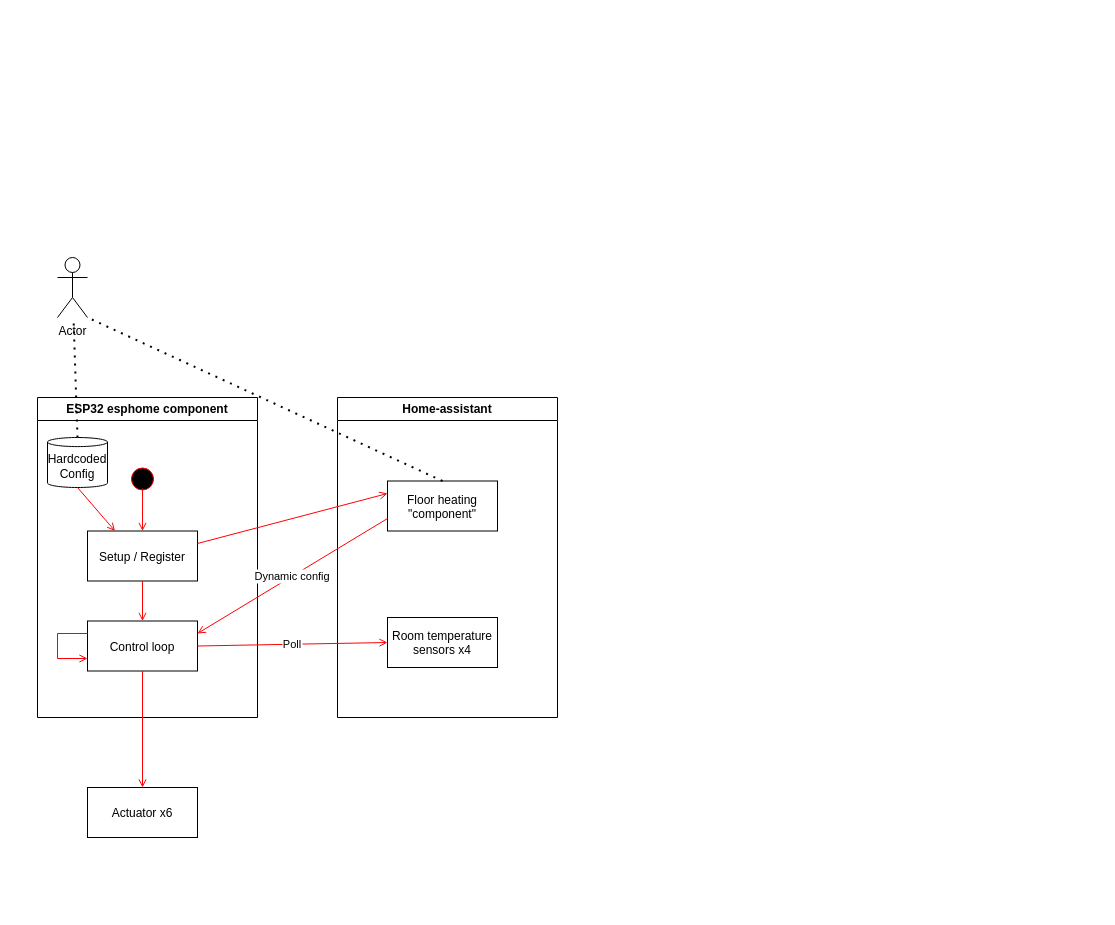
Above: home-heating-system.drawio in tneish/home-heating-system (draw.io), before the change. Source tidied: cells renumbered, new cells numbered last; positions are measured from the earlier drawing's top-left corner, leaving out a move shared by most shapes. Both pictures are drawn from the tidied source at 100%, with x=0, y=0 at pixel (37, 257).
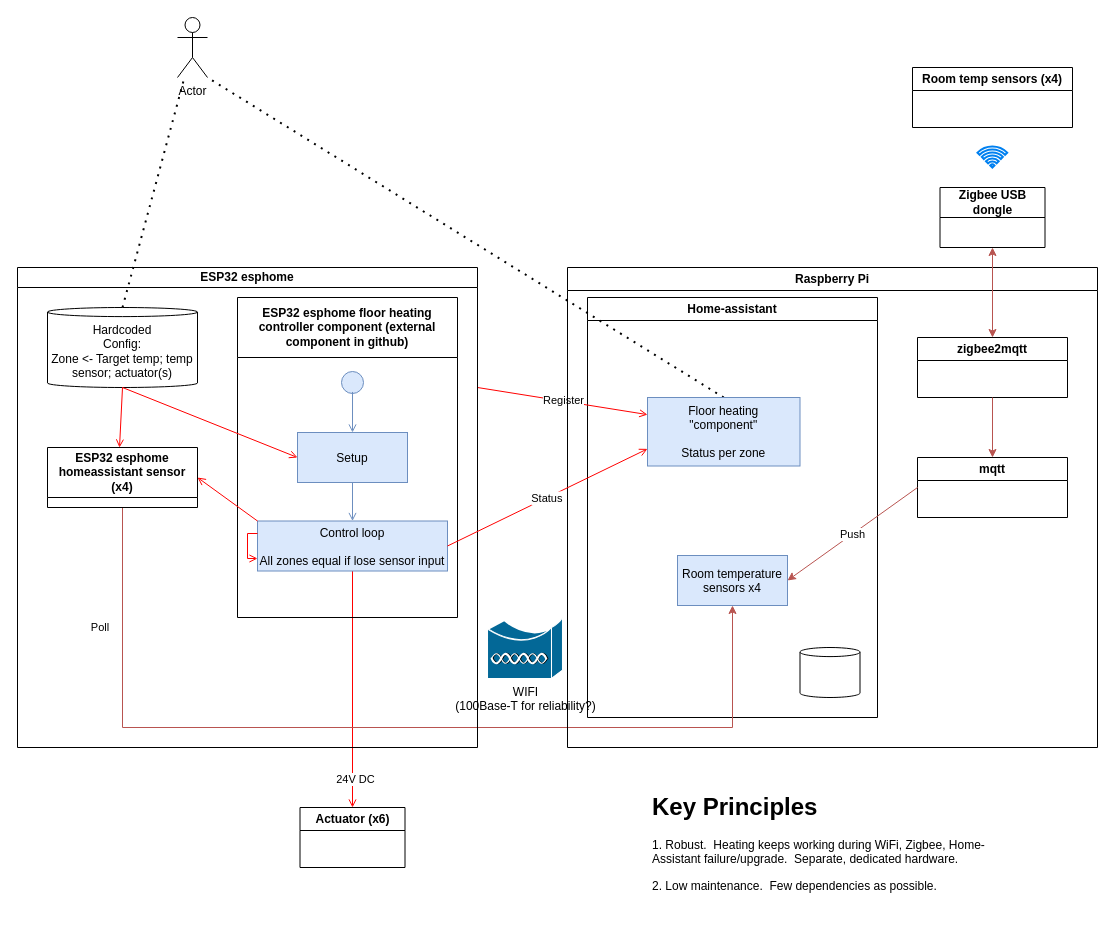
Above is the later version.

Change to the diagram source:
```diff
@@
+    <mxCell id="12" style="endArrow=open;strokeColor=#FF0000;endFill=1;rounded=0;exitX=0.5;exitY=1;exitDx=0;exitDy=0;entryX=0.5;entryY=0;entryDx=0;entryDy=0;" parent="1" edge="1" source="6" target="34">
+      <mxGeometry relative="1" as="geometry" />
+    </mxCell>
+    <mxCell id="22" value="24V DC" style="edgeLabel;html=1;align=center;verticalAlign=middle;" parent="12" vertex="1">
+      <mxGeometry x="0.76" y="2" relative="1" as="geometry" />
+    </mxCell>
+    <mxCell id="13" value="Home-assistant" style="swimlane;whiteSpace=wrap;" parent="1" vertex="1">
+      <mxGeometry x="550" y="40" width="290" height="420" as="geometry" />
+    </mxCell>
+    <mxCell id="16" value="Poll" style="endArrow=classic;strokeColor=#b85450;endFill=1;rounded=0;entryX=0.5;entryY=1;entryDx=0;entryDy=0;edgeStyle=orthogonalEdgeStyle;fillColor=#f8cecc;exitX=0.5;exitY=1;exitDx=0;exitDy=0;" parent="1" edge="1" source="25" target="15">
+      <mxGeometry x="-0.75" y="-22" relative="1" as="geometry">
+        <Array as="points">
+          <mxPoint x="85" y="470" />
+          <mxPoint x="695" y="470" />
+        </Array>
+      </mxGeometry>
+    </mxCell>
+    <mxCell id="17" style="endArrow=open;strokeColor=#FF0000;endFill=1;rounded=0;exitX=1;exitY=0.25;exitDx=0;exitDy=0;entryX=0;entryY=0.25;entryDx=0;entryDy=0;" parent="1" edge="1" source="24" target="14">
+      <mxGeometry relative="1" as="geometry" />
+    </mxCell>
+    <mxCell id="23" value="Register" style="edgeLabel;html=1;align=center;verticalAlign=middle;" parent="17" vertex="1">
+      <mxGeometry y="1" relative="1" as="geometry" />
+    </mxCell>
+    <mxCell id="19" value="Actor" style="shape=umlActor;verticalLabelPosition=bottom;verticalAlign=top;html=1;outlineConnect=0;" parent="1" vertex="1">
+      <mxGeometry x="140" y="-240" width="30" height="60" as="geometry" />
+    </mxCell>
+    <mxCell id="21" style="endArrow=none;dashed=1;html=1;dashPattern=1 3;strokeWidth=2;rounded=0;exitX=0.5;exitY=0;exitDx=0;exitDy=0;entryX=1;entryY=1;entryDx=0;entryDy=0;entryPerimeter=0;" parent="1" edge="1" source="14" target="19">
+      <mxGeometry relative="1" as="geometry" />
+    </mxCell>
+    <mxCell id="24" value="ESP32 esphome" style="swimlane;whiteSpace=wrap;startSize=20;" parent="1" vertex="1">
+      <mxGeometry x="-20" y="10" width="460" height="480" as="geometry" />
+    </mxCell>
-    <mxCell id="2" value="ESP32 esphome component" style="swimlane;whiteSpace=wrap;" parent="1" vertex="1">
-      <mxGeometry y="140" width="220" height="320" as="geometry" />
+    <mxCell id="2" value="ESP32 esphome floor heating controller component (external component in github)" style="swimlane;whiteSpace=wrap;startSize=60;" parent="24" vertex="1">
+      <mxGeometry x="220" y="30" width="220" height="320" as="geometry" />
     </mxCell>
-    <mxCell id="3" style="ellipse;shape=startState;fillColor=#000000;strokeColor=#ff0000;" parent="2" vertex="1">
-      <mxGeometry x="90" y="66.5" width="30" height="30" as="geometry" />
+    <mxCell id="3" style="ellipse;shape=startState;fillColor=#dae8fc;strokeColor=#6c8ebf;" parent="2" vertex="1">
+      <mxGeometry x="100" y="70" width="30" height="30" as="geometry" />
     </mxCell>
-    <mxCell id="4" value="Setup / Register" parent="2" vertex="1">
-      <mxGeometry x="50" y="133.5" width="110" height="50" as="geometry" />
+    <mxCell id="4" value="Setup" style="fillColor=#dae8fc;strokeColor=#6c8ebf;" parent="2" vertex="1">
+      <mxGeometry x="60" y="135" width="110" height="50" as="geometry" />
     </mxCell>
-    <mxCell id="5" style="endArrow=open;strokeColor=#FF0000;endFill=1;rounded=0;exitX=0.501;exitY=0.815;exitDx=0;exitDy=0;exitPerimeter=0;" parent="2" edge="1" source="3" target="4">
+    <mxCell id="5" style="endArrow=open;strokeColor=#6c8ebf;endFill=1;rounded=0;exitX=0.501;exitY=0.815;exitDx=0;exitDy=0;exitPerimeter=0;fillColor=#dae8fc;" parent="2" edge="1" source="3" target="4">
       <mxGeometry relative="1" as="geometry" />
     </mxCell>
-    <mxCell id="6" value="Control loop" parent="2" vertex="1">
-      <mxGeometry x="50" y="223.5" width="110" height="50" as="geometry" />
+    <mxCell id="6" value="Control loop&#10;&#10;All zones equal if lose sensor input" style="fillColor=#dae8fc;strokeColor=#6c8ebf;" parent="2" vertex="1">
+      <mxGeometry x="20" y="223.5" width="190" height="50" as="geometry" />
     </mxCell>
-    <mxCell id="7" style="endArrow=open;strokeColor=#FF0000;endFill=1;rounded=0;" parent="2" edge="1" source="4" target="6">
+    <mxCell id="7" style="endArrow=open;strokeColor=#6c8ebf;endFill=1;rounded=0;fillColor=#dae8fc;" parent="2" edge="1" source="4" target="6">
       <mxGeometry relative="1" as="geometry" />
     </mxCell>
     <mxCell id="8" style="edgeStyle=elbowEdgeStyle;elbow=horizontal;strokeColor=#FF0000;endArrow=open;endFill=1;rounded=0;entryX=0;entryY=0.75;entryDx=0;entryDy=0;exitX=0;exitY=0.25;exitDx=0;exitDy=0;" parent="2" edge="1" source="6" target="6">
       <mxGeometry relative="1" as="geometry">
         <Array as="points">
-          <mxPoint x="20" y="273.5" />
+          <mxPoint x="10" y="249" />
           <mxPoint x="40" y="263.5" />
         </Array>
       </mxGeometry>
     </mxCell>
+    <mxCell id="25" value="ESP32 esphome homeassistant sensor (x4)" style="swimlane;whiteSpace=wrap;startSize=50;" parent="24" vertex="1">
+      <mxGeometry x="30" y="180" width="150" height="60" as="geometry" />
+    </mxCell>
+    <mxCell id="26" style="endArrow=open;strokeColor=#FF0000;endFill=1;rounded=0;exitX=0;exitY=0;exitDx=0;exitDy=0;entryX=1;entryY=0.5;entryDx=0;entryDy=0;" parent="24" edge="1" source="6" target="25">
+      <mxGeometry relative="1" as="geometry" />
+    </mxCell>
-    <mxCell id="9" value="Hardcoded&lt;br&gt;Config" style="shape=cylinder3;whiteSpace=wrap;html=1;boundedLbl=1;backgroundOutline=1;size=4.551724137931103;" parent="2" vertex="1">
-      <mxGeometry x="10" y="40" width="60" height="50" as="geometry" />
+    <mxCell id="9" value="Hardcoded&lt;br&gt;Config:&lt;br&gt;Zone &amp;lt;- Target temp; temp sensor; actuator(s)" style="shape=cylinder3;whiteSpace=wrap;html=1;boundedLbl=1;backgroundOutline=1;size=4.551724137931103;" parent="24" vertex="1">
+      <mxGeometry x="30" y="40" width="150" height="80" as="geometry" />
     </mxCell>
-    <mxCell id="10" style="endArrow=open;strokeColor=#FF0000;endFill=1;rounded=0;exitX=0.5;exitY=1;exitDx=0;exitDy=0;exitPerimeter=0;entryX=0.25;entryY=0;entryDx=0;entryDy=0;" parent="2" edge="1" source="9" target="4">
+    <mxCell id="10" style="endArrow=open;strokeColor=#FF0000;endFill=1;rounded=0;exitX=0.5;exitY=1;exitDx=0;exitDy=0;exitPerimeter=0;entryX=0;entryY=0.5;entryDx=0;entryDy=0;" parent="24" edge="1" source="9" target="4">
       <mxGeometry relative="1" as="geometry" />
     </mxCell>
-    <mxCell id="11" value="Actuator x6" parent="1" vertex="1">
-      <mxGeometry x="50" y="530" width="110" height="50" as="geometry" />
-    </mxCell>
-    <mxCell id="12" style="endArrow=open;strokeColor=#FF0000;endFill=1;rounded=0;exitX=0.5;exitY=1;exitDx=0;exitDy=0;entryX=0.5;entryY=0;entryDx=0;entryDy=0;" parent="1" edge="1" source="6" target="11">
-      <mxGeometry relative="1" as="geometry" />
-    </mxCell>
-    <mxCell id="13" value="Home-assistant" style="swimlane;whiteSpace=wrap;" parent="1" vertex="1">
-      <mxGeometry x="300" y="140" width="220" height="320" as="geometry" />
-    </mxCell>
+    <mxCell id="27" style="endArrow=open;strokeColor=#FF0000;endFill=1;rounded=0;exitX=0.5;exitY=1;exitDx=0;exitDy=0;exitPerimeter=0;entryX=0.48;entryY=0.001;entryDx=0;entryDy=0;entryPerimeter=0;" parent="24" edge="1" source="9" target="25">
+      <mxGeometry relative="1" as="geometry" />
+    </mxCell>
+    <mxCell id="20" style="endArrow=none;dashed=1;html=1;dashPattern=1 3;strokeWidth=2;rounded=0;exitX=0.5;exitY=0;exitDx=0;exitDy=0;exitPerimeter=0;" parent="1" edge="1" source="9" target="19">
+      <mxGeometry relative="1" as="geometry" />
+    </mxCell>
+    <mxCell id="28" value="Raspberry Pi" style="swimlane;whiteSpace=wrap;" parent="1" vertex="1">
+      <mxGeometry x="530" y="10" width="530" height="480" as="geometry" />
+    </mxCell>
+    <mxCell id="29" value="mqtt" style="swimlane;whiteSpace=wrap;" parent="28" vertex="1">
+      <mxGeometry x="350" y="190" width="150" height="60" as="geometry" />
+    </mxCell>
+    <mxCell id="30" style="shape=cylinder3;whiteSpace=wrap;html=1;boundedLbl=1;backgroundOutline=1;size=4.551724137931103;" parent="28" vertex="1">
+      <mxGeometry x="232.5" y="380" width="60" height="50" as="geometry" />
+    </mxCell>
+    <mxCell id="31" value="zigbee2mqtt" style="swimlane;whiteSpace=wrap;" parent="28" vertex="1">
+      <mxGeometry x="350" y="70" width="150" height="60" as="geometry" />
+    </mxCell>
+    <mxCell id="32" style="endArrow=classic;html=1;rounded=0;exitX=0.5;exitY=1;exitDx=0;exitDy=0;entryX=0.5;entryY=0;entryDx=0;entryDy=0;fillColor=#f8cecc;strokeColor=#b85450;" parent="28" edge="1" source="31" target="29">
+      <mxGeometry relative="1" as="geometry" />
+    </mxCell>
-    <mxCell id="14" value="Floor heating &#10;&quot;component&quot;" parent="13" vertex="1">
-      <mxGeometry x="50" y="83.5" width="110" height="50" as="geometry" />
+    <mxCell id="14" value="Floor heating &#10;&quot;component&quot;&#10;&#10;Status per zone" style="fillColor=#dae8fc;strokeColor=#6c8ebf;" parent="28" vertex="1">
+      <mxGeometry x="80" y="130" width="152.5" height="68.5" as="geometry" />
     </mxCell>
-    <mxCell id="15" value="Room temperature&#10;sensors x4" parent="13" vertex="1">
-      <mxGeometry x="50" y="220" width="110" height="50" as="geometry" />
+    <mxCell id="15" value="Room temperature&#10;sensors x4" style="fillColor=#dae8fc;strokeColor=#6c8ebf;" parent="28" vertex="1">
+      <mxGeometry x="110" y="288" width="110" height="50" as="geometry" />
     </mxCell>
-    <mxCell id="16" value="Poll" style="endArrow=open;strokeColor=#FF0000;endFill=1;rounded=0;exitX=1;exitY=0.5;exitDx=0;exitDy=0;entryX=0;entryY=0.5;entryDx=0;entryDy=0;" parent="1" edge="1" source="6" target="15">
-      <mxGeometry relative="1" as="geometry" />
-    </mxCell>
-    <mxCell id="17" style="endArrow=open;strokeColor=#FF0000;endFill=1;rounded=0;exitX=1;exitY=0.25;exitDx=0;exitDy=0;entryX=0;entryY=0.25;entryDx=0;entryDy=0;" parent="1" edge="1" source="4" target="14">
-      <mxGeometry relative="1" as="geometry" />
-    </mxCell>
-    <mxCell id="18" value="Dynamic config" style="endArrow=open;strokeColor=#FF0000;endFill=1;rounded=0;exitX=0;exitY=0.75;exitDx=0;exitDy=0;entryX=1;entryY=0.25;entryDx=0;entryDy=0;" parent="1" edge="1" source="14" target="6">
-      <mxGeometry relative="1" as="geometry" />
-    </mxCell>
-    <mxCell id="19" value="Actor" style="shape=umlActor;verticalLabelPosition=bottom;verticalAlign=top;html=1;outlineConnect=0;" parent="1" vertex="1">
-      <mxGeometry x="20" width="30" height="60" as="geometry" />
-    </mxCell>
-    <mxCell id="20" style="endArrow=none;dashed=1;html=1;dashPattern=1 3;strokeWidth=2;rounded=0;exitX=0.5;exitY=0;exitDx=0;exitDy=0;exitPerimeter=0;" parent="1" edge="1" source="9" target="19">
-      <mxGeometry relative="1" as="geometry" />
-    </mxCell>
-    <mxCell id="21" style="endArrow=none;dashed=1;html=1;dashPattern=1 3;strokeWidth=2;rounded=0;exitX=0.5;exitY=0;exitDx=0;exitDy=0;entryX=1;entryY=1;entryDx=0;entryDy=0;entryPerimeter=0;" parent="1" edge="1" source="14" target="19">
-      <mxGeometry relative="1" as="geometry" />
-    </mxCell>
+    <mxCell id="33" value="Push" style="endArrow=classic;html=1;rounded=0;exitX=0;exitY=0.5;exitDx=0;exitDy=0;entryX=1;entryY=0.5;entryDx=0;entryDy=0;fillColor=#f8cecc;strokeColor=#b85450;" parent="28" edge="1" source="29" target="15">
+      <mxGeometry relative="1" as="geometry" />
+    </mxCell>
+    <mxCell id="34" value="Actuator (x6)" style="swimlane;whiteSpace=wrap;html=1;" parent="1" vertex="1">
+      <mxGeometry x="262.5" y="550" width="105" height="60" as="geometry" />
+    </mxCell>
+    <mxCell id="35" value="Zigbee USB dongle" style="swimlane;whiteSpace=wrap;html=1;startSize=30;" parent="1" vertex="1">
+      <mxGeometry x="902.5" y="-70" width="105" height="60" as="geometry" />
+    </mxCell>
+    <mxCell id="36" style="endArrow=classic;html=1;rounded=0;exitX=0.5;exitY=1;exitDx=0;exitDy=0;entryX=0.5;entryY=0;entryDx=0;entryDy=0;fillColor=#f8cecc;strokeColor=#b85450;startArrow=classic;startFill=1;" parent="1" edge="1" source="35" target="31">
+      <mxGeometry relative="1" as="geometry" />
+    </mxCell>
+    <mxCell id="37" value="WIFI&lt;br&gt;(100Base-T for reliability?)" style="shape=mxgraph.cisco.wireless.wireless_bridge;html=1;dashed=0;fillColor=#036897;strokeColor=#ffffff;strokeWidth=2;verticalLabelPosition=bottom;verticalAlign=top;align=center;shadow=0;gradientColor=none;" parent="1" vertex="1">
+      <mxGeometry x="450" y="360" width="75" height="61" as="geometry" />
+    </mxCell>
+    <mxCell id="38" value="Status" style="endArrow=open;strokeColor=#FF0000;endFill=1;rounded=0;exitX=1;exitY=0.5;exitDx=0;exitDy=0;entryX=0;entryY=0.75;entryDx=0;entryDy=0;" parent="1" edge="1" source="6" target="14">
+      <mxGeometry relative="1" as="geometry" />
+    </mxCell>
+    <mxCell id="39" value="Room temp sensors (x4)" style="swimlane;whiteSpace=wrap;html=1;" parent="1" vertex="1">
+      <mxGeometry x="875" y="-190" width="160" height="60" as="geometry" />
+    </mxCell>
+    <mxCell id="40" style="html=1;verticalLabelPosition=bottom;align=center;labelBackgroundColor=#ffffff;verticalAlign=top;strokeWidth=2;strokeColor=#0080F0;shadow=0;dashed=0;shape=mxgraph.ios7.icons.wifi;" parent="1" vertex="1">
+      <mxGeometry x="940" y="-111" width="29.7" height="21" as="geometry" />
+    </mxCell>
+    <mxCell id="41" value="&lt;h1&gt;Key Principles&lt;/h1&gt;&lt;p&gt;1. Robust.&amp;nbsp; Heating keeps working during WiFi, Zigbee, Home-Assistant failure/upgrade.&amp;nbsp; Separate, dedicated hardware.&lt;/p&gt;&lt;p&gt;2. Low maintenance.&amp;nbsp; Few dependencies as possible.&amp;nbsp;&amp;nbsp;&lt;/p&gt;" style="text;html=1;strokeColor=none;fillColor=none;spacing=5;spacingTop=-20;whiteSpace=wrap;overflow=hidden;rounded=0;" parent="1" vertex="1">
+      <mxGeometry x="610" y="530" width="380" height="120" as="geometry" />
+    </mxCell>
```
